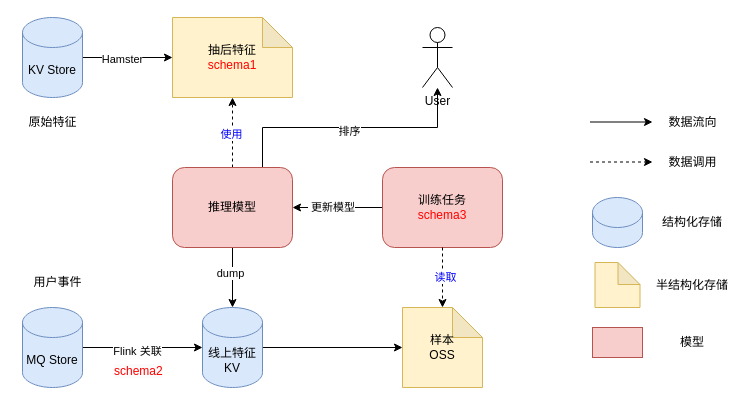
Earlier version of the draw.io diagram xhs-样本数据链路.drawio (labud/pictures). Source tidied: cells renumbered, new cells numbered last; positions are measured from the earlier drawing's top-left corner, leaving out a move shared by most shapes. Both pictures are drawn from the tidied source at 100%, with x=0, y=0 at pixel (17, 17).
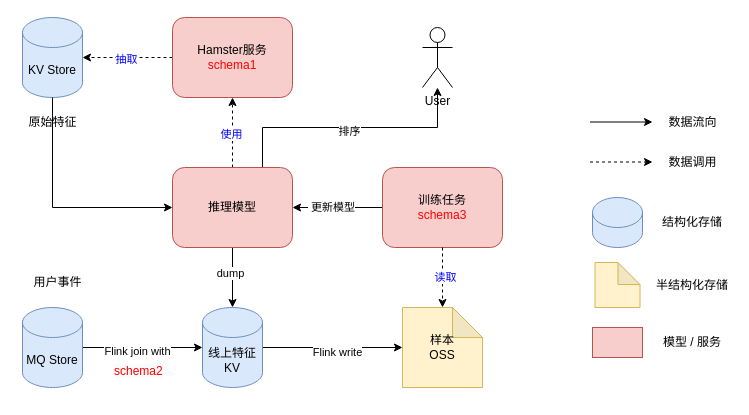
The same page after the edit.

Commit message:
Update xhs-样本数据链路.drawio

Unchanged cells that the change refers to:
```xml
<mxCell id="4" value="KV Store" style="shape=cylinder3;whiteSpace=wrap;html=1;boundedLbl=1;backgroundOutline=1;size=15;fillColor=#dae8fc;strokeColor=#6c8ebf;" parent="1" vertex="1">
  <mxGeometry x="5" width="60" height="80" as="geometry" />
</mxCell>
<mxCell id="13" value="推理模型" style="rounded=1;whiteSpace=wrap;html=1;fillColor=#f8cecc;strokeColor=#b85450;" parent="1" vertex="1">
  <mxGeometry x="155" y="150" width="120" height="80" as="geometry" />
</mxCell>
<mxCell id="19" style="edgeStyle=orthogonalEdgeStyle;rounded=0;jettySize=auto;html=1;" parent="1" edge="1" source="21" target="24">
  <mxGeometry relative="1" as="geometry" />
</mxCell>
<mxCell id="23" style="edgeStyle=orthogonalEdgeStyle;rounded=0;jettySize=auto;html=1;" parent="1" edge="1" source="24" target="25">
  <mxGeometry relative="1" as="geometry" />
</mxCell>
```

Change to the diagram source:
```diff
@@
-    <mxCell id="2" style="edgeStyle=orthogonalEdgeStyle;rounded=0;jettySize=auto;html=1;" parent="1" edge="1" source="4" target="6">
-      <mxGeometry relative="1" as="geometry" />
-    </mxCell>
-    <mxCell id="3" value="Hamster" style="edgeLabel;html=1;align=center;verticalAlign=middle;" parent="2" vertex="1">
-      <mxGeometry x="-0.13" y="-1" relative="1" as="geometry" />
-    </mxCell>
@@
-    <mxCell id="6" value="抽后特征&lt;div&gt;&lt;font color=&quot;#ff0000&quot;&gt;schema1&lt;/font&gt;&lt;/div&gt;" style="shape=note;whiteSpace=wrap;html=1;backgroundOutline=1;darkOpacity=0.05;fillColor=#fff2cc;strokeColor=#d6b656;" parent="1" vertex="1">
-      <mxGeometry x="155" width="120" height="80" as="geometry" />
-    </mxCell>
-    <mxCell id="7" style="edgeStyle=orthogonalEdgeStyle;rounded=0;jettySize=auto;html=1;exitX=0.5;exitY=0;exitDx=0;exitDy=0;entryX=0.5;entryY=1;entryDx=0;entryDy=0;dashed=1;" parent="1" edge="1" source="13" target="6">
-      <mxGeometry relative="1" as="geometry" />
+    <mxCell id="7" style="edgeStyle=orthogonalEdgeStyle;rounded=0;jettySize=auto;html=1;exitX=0.5;exitY=0;exitDx=0;exitDy=0;entryX=0.5;entryY=1;entryDx=0;entryDy=0;dashed=1;" parent="1" edge="1" source="13">
+      <mxGeometry relative="1" as="geometry">
+        <mxPoint x="215" y="80" as="targetPoint" />
+      </mxGeometry>
     </mxCell>
@@
-    <mxCell id="20" value="Flink 关联" style="edgeLabel;html=1;align=center;verticalAlign=middle;" parent="19" vertex="1">
+    <mxCell id="20" value="Flink join with" style="edgeLabel;html=1;align=center;verticalAlign=middle;" parent="19" vertex="1">
       <mxGeometry x="-0.1" y="-3" relative="1" as="geometry" />
     </mxCell>
@@
+    <mxCell id="38" value="Flink write" style="edgeLabel;html=1;align=center;verticalAlign=middle;" parent="23" vertex="1">
+      <mxGeometry x="0.06" y="-4" relative="1" as="geometry" />
+    </mxCell>
@@
-    <mxCell id="31" value="模型" style="text;html=1;align=center;verticalAlign=middle;whiteSpace=wrap;rounded=0;" parent="1" vertex="1">
+    <mxCell id="31" value="模型 / 服务" style="text;html=1;align=center;verticalAlign=middle;whiteSpace=wrap;rounded=0;" parent="1" vertex="1">
       <mxGeometry x="635" y="310" width="80" height="30" as="geometry" />
     </mxCell>
@@
+    <mxCell id="39" style="edgeStyle=orthogonalEdgeStyle;rounded=0;jettySize=auto;html=1;dashed=1;" parent="1" edge="1" source="41" target="4">
+      <mxGeometry relative="1" as="geometry" />
+    </mxCell>
+    <mxCell id="40" value="&lt;font color=&quot;#0000ff&quot;&gt;抽取&lt;/font&gt;" style="edgeLabel;html=1;align=center;verticalAlign=middle;" parent="39" vertex="1">
+      <mxGeometry x="0.04" y="1" relative="1" as="geometry" />
+    </mxCell>
+    <mxCell id="41" value="Hamster服务&lt;div&gt;&lt;font color=&quot;#ff0000&quot;&gt;schema1&lt;/font&gt;&lt;/div&gt;" style="rounded=1;whiteSpace=wrap;html=1;fillColor=#f8cecc;strokeColor=#b85450;" parent="1" vertex="1">
+      <mxGeometry x="155" width="120" height="80" as="geometry" />
+    </mxCell>
+    <mxCell id="42" style="endArrow=classic;html=1;rounded=0;exitX=0.5;exitY=1;exitDx=0;exitDy=0;exitPerimeter=0;edgeStyle=orthogonalEdgeStyle;entryX=0;entryY=0.5;entryDx=0;entryDy=0;" parent="1" edge="1" source="4" target="13">
+      <mxGeometry relative="1" as="geometry" />
+    </mxCell>
```
